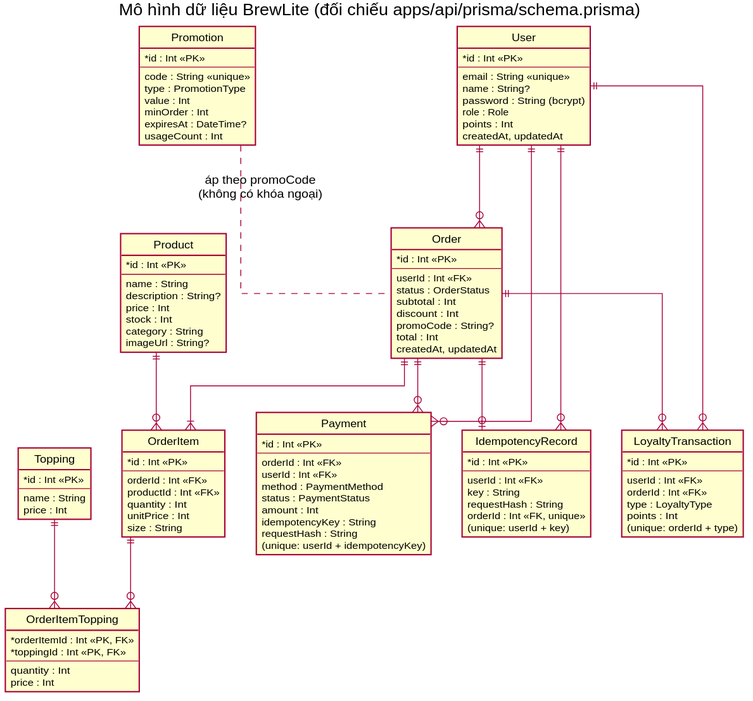
Earlier version of the PlantUML export docs/diagrams/erd.svg (tthan-prog/BrewLite). Source of this version:
```plantuml
@startuml erd
title Mô hình dữ liệu BrewLite (đối chiếu apps/api/prisma/schema.prisma)
skinparam shadowing false
hide circle
skinparam linetype ortho
skinparam classAttributeIconSize 0

entity User {
  * id : Int <<PK>>
  --
  email : String <<unique>>
  name : String?
  password : String (bcrypt)
  role : Role
  points : Int
  createdAt, updatedAt
}
entity Product {
  * id : Int <<PK>>
  --
  name : String
  description : String?
  price : Int
  stock : Int
  category : String
  imageUrl : String?
}
entity Topping {
  * id : Int <<PK>>
  --
  name : String
  price : Int
}
entity "Order" as Order {
  * id : Int <<PK>>
  --
  userId : Int <<FK>>
  status : OrderStatus
  subtotal : Int
  discount : Int
  promoCode : String?
  total : Int
  createdAt, updatedAt
}
entity OrderItem {
  * id : Int <<PK>>
  --
  orderId : Int <<FK>>
  productId : Int <<FK>>
  quantity : Int
  unitPrice : Int
  size : String
}
entity OrderItemTopping {
  * orderItemId : Int <<PK, FK>>
  * toppingId : Int <<PK, FK>>
  --
  quantity : Int
  price : Int
}
entity Payment {
  * id : Int <<PK>>
  --
  orderId : Int <<FK>>
  userId : Int <<FK>>
  method : PaymentMethod
  status : PaymentStatus
  amount : Int
  idempotencyKey : String
  requestHash : String
  (unique: userId + idempotencyKey)
}
entity IdempotencyRecord {
  * id : Int <<PK>>
  --
  userId : Int <<FK>>
  key : String
  requestHash : String
  orderId : Int <<FK, unique>>
  (unique: userId + key)
}
entity LoyaltyTransaction {
  * id : Int <<PK>>
  --
  userId : Int <<FK>>
  orderId : Int <<FK>>
  type : LoyaltyType
  points : Int
  (unique: orderId + type)
}
entity Promotion {
  * id : Int <<PK>>
  --
  code : String <<unique>>
  type : PromotionType
  value : Int
  minOrder : Int
  expiresAt : DateTime?
  usageCount : Int
}

User ||--o{ Order
User ||--o{ Payment
User ||--o{ IdempotencyRecord
User ||--o{ LoyaltyTransaction
Order ||--|{ OrderItem
Order ||--o{ Payment
Order ||--o| IdempotencyRecord
Order ||--o{ LoyaltyTransaction
Product ||--o{ OrderItem
OrderItem ||--o{ OrderItemTopping
Topping ||--o{ OrderItemTopping
Promotion .. Order : áp theo promoCode\n(không có khóa ngoại)
@enduml
```
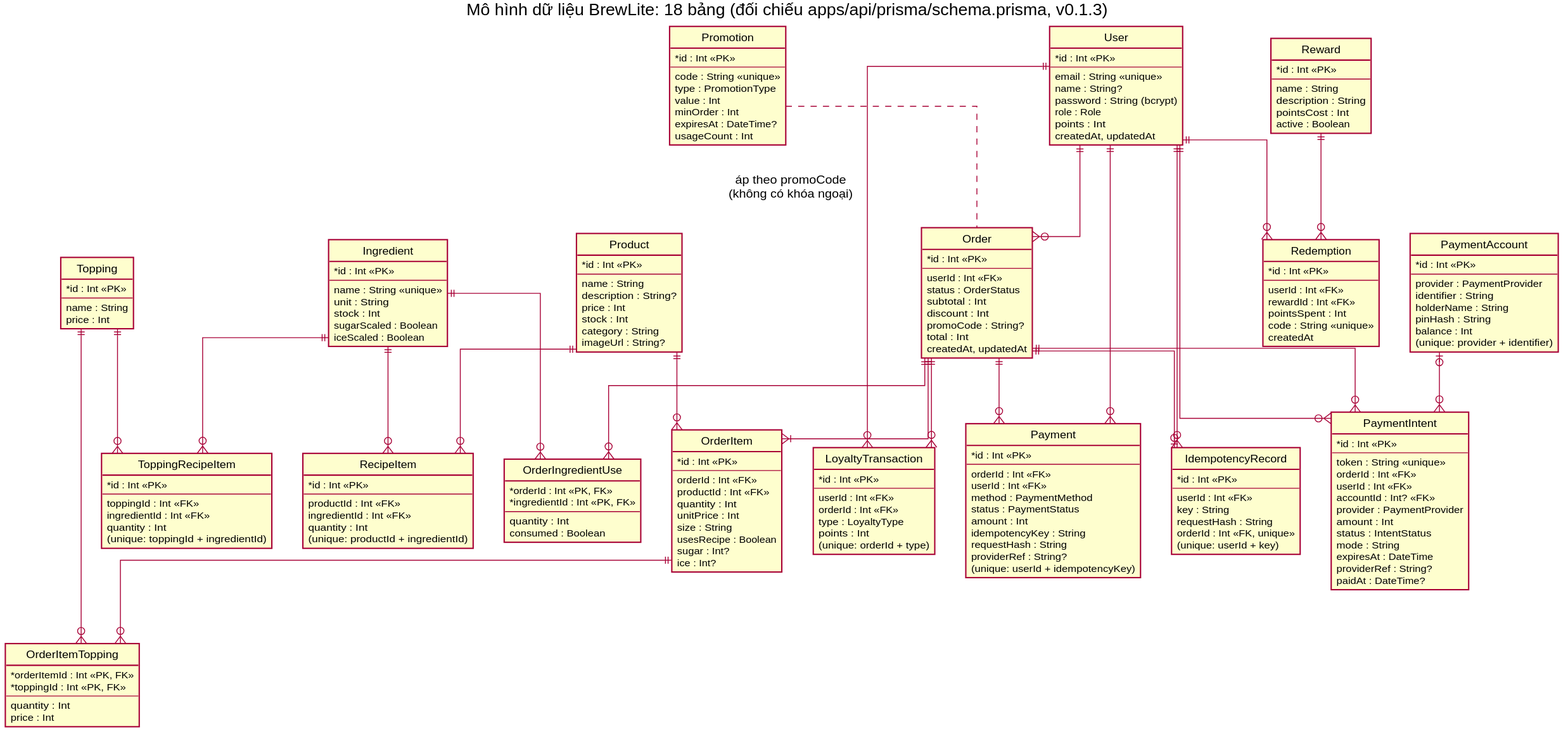
After the commit.

Diff of the diagram source:
```diff
@@ -1,5 +1,5 @@
 @startuml erd
-title Mô hình dữ liệu BrewLite (đối chiếu apps/api/prisma/schema.prisma)
+title Mô hình dữ liệu BrewLite: 18 bảng (đối chiếu apps/api/prisma/schema.prisma, v0.1.3)
 skinparam shadowing false
 hide circle
 skinparam linetype ortho
@@ -50,6 +50,9 @@
   quantity : Int
   unitPrice : Int
   size : String
+  usesRecipe : Boolean
+  sugar : Int?
+  ice : Int?
 }
 entity OrderItemTopping {
   * orderItemId : Int <<PK, FK>>
@@ -68,6 +71,7 @@
   amount : Int
   idempotencyKey : String
   requestHash : String
+  providerRef : String?
   (unique: userId + idempotencyKey)
 }
 entity IdempotencyRecord {
@@ -99,6 +103,81 @@
   usageCount : Int
 }
 
+entity Ingredient {
+  * id : Int <<PK>>
+  --
+  name : String <<unique>>
+  unit : String
+  stock : Int
+  sugarScaled : Boolean
+  iceScaled : Boolean
+}
+entity RecipeItem {
+  * id : Int <<PK>>
+  --
+  productId : Int <<FK>>
+  ingredientId : Int <<FK>>
+  quantity : Int
+  (unique: productId + ingredientId)
+}
+entity ToppingRecipeItem {
+  * id : Int <<PK>>
+  --
+  toppingId : Int <<FK>>
+  ingredientId : Int <<FK>>
+  quantity : Int
+  (unique: toppingId + ingredientId)
+}
+entity OrderIngredientUse {
+  * orderId : Int <<PK, FK>>
+  * ingredientId : Int <<PK, FK>>
+  --
+  quantity : Int
+  consumed : Boolean
+}
+entity PaymentAccount {
+  * id : Int <<PK>>
+  --
+  provider : PaymentProvider
+  identifier : String
+  holderName : String
+  pinHash : String
+  balance : Int
+  (unique: provider + identifier)
+}
+entity PaymentIntent {
+  * id : Int <<PK>>
+  --
+  token : String <<unique>>
+  orderId : Int <<FK>>
+  userId : Int <<FK>>
+  accountId : Int? <<FK>>
+  provider : PaymentProvider
+  amount : Int
+  status : IntentStatus
+  mode : String
+  expiresAt : DateTime
+  providerRef : String?
+  paidAt : DateTime?
+}
+entity Reward {
+  * id : Int <<PK>>
+  --
+  name : String
+  description : String
+  pointsCost : Int
+  active : Boolean
+}
+entity Redemption {
+  * id : Int <<PK>>
+  --
+  userId : Int <<FK>>
+  rewardId : Int <<FK>>
+  pointsSpent : Int
+  code : String <<unique>>
+  createdAt
+}
+
 User ||--o{ Order
 User ||--o{ Payment
 User ||--o{ IdempotencyRecord
@@ -110,5 +189,16 @@
 Product ||--o{ OrderItem
 OrderItem ||--o{ OrderItemTopping
 Topping ||--o{ OrderItemTopping
+Product ||--o{ RecipeItem
+Ingredient ||--o{ RecipeItem
+Topping ||--o{ ToppingRecipeItem
+Ingredient ||--o{ ToppingRecipeItem
+Order ||--o{ OrderIngredientUse
+Ingredient ||--o{ OrderIngredientUse
+Order ||--o{ PaymentIntent
+User ||--o{ PaymentIntent
+PaymentAccount |o--o{ PaymentIntent
+User ||--o{ Redemption
+Reward ||--o{ Redemption
 Promotion .. Order : áp theo promoCode\n(không có khóa ngoại)
 @enduml
```
